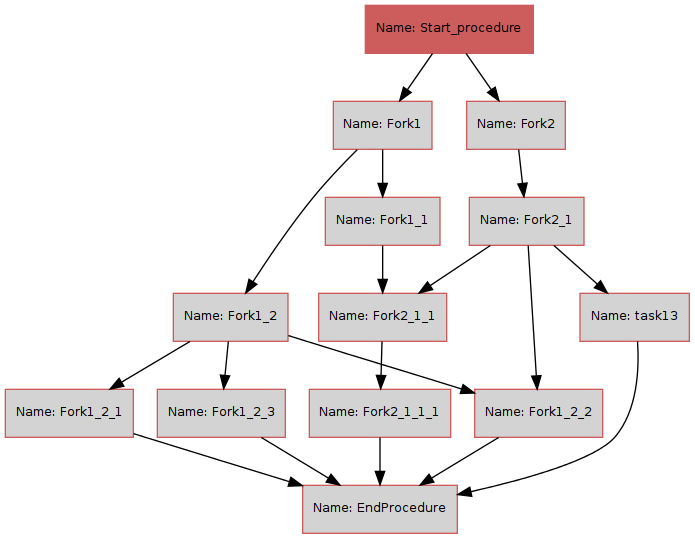
Earlier version of the Graphviz export src/www/bendy.planner-digraph.png (svdasein/thehat). Its source is kept beside it as src/www/bendy.planner-digraph.dot.
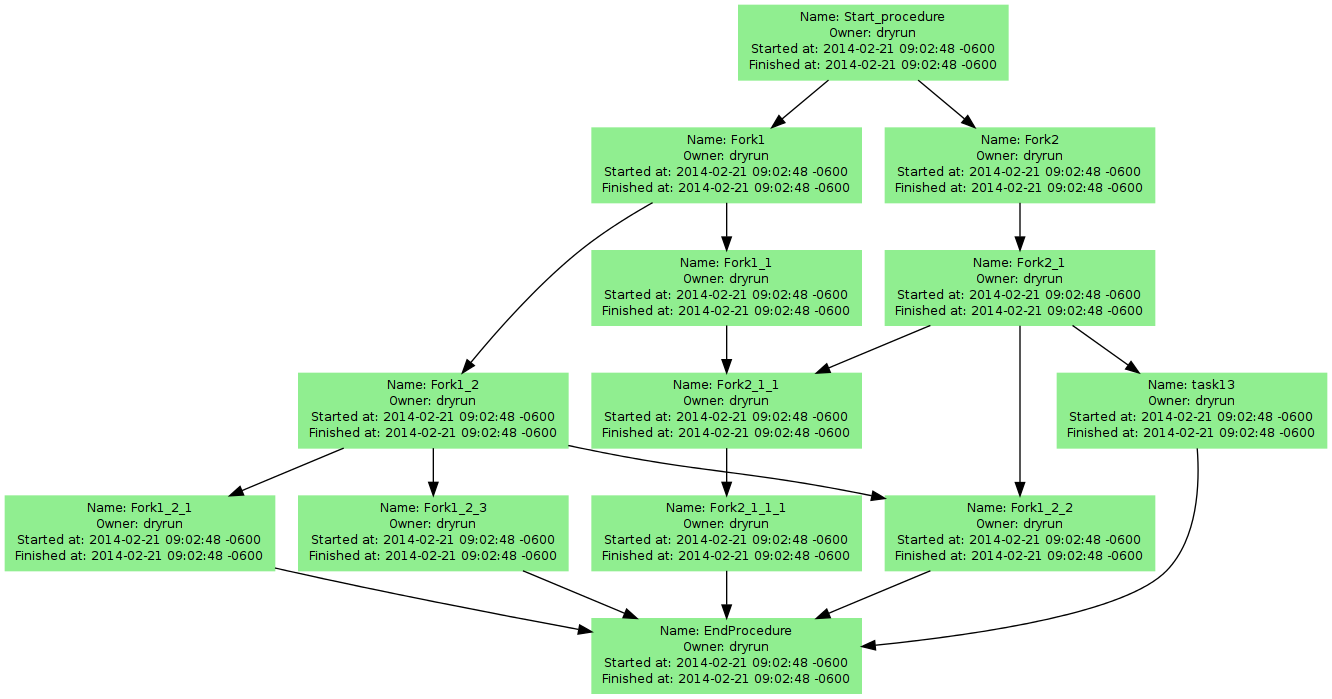
The same diagram one commit later.

Diff of the diagram source:
```diff
@@ -1,89 +1,89 @@
 digraph bendy_planner {
 	Start_procedure [fontsize="9"];
-	Start_procedure [label="Name: Start_procedure\n"];
+	Start_procedure [label="Name: Start_procedure\nOwner: dryrun\nStarted at: 2014-02-21 09:02:48 -0600\nFinished at: 2014-02-21 09:02:48 -0600\n"];
 	Start_procedure [style="filled"];
-	Start_procedure [color="IndianRed"];
-	Start_procedure [fillcolor="IndianRed"];
+	Start_procedure [color="PaleGreen2"];
+	Start_procedure [fillcolor="PaleGreen2"];
 	Fork1 [fontsize="9"];
-	Fork1 [label="Name: Fork1\n"];
+	Fork1 [label="Name: Fork1\nOwner: dryrun\nStarted at: 2014-02-21 09:02:48 -0600\nFinished at: 2014-02-21 09:02:48 -0600\n"];
 	Fork1 [style="filled"];
-	Fork1 [color="IndianRed"];
-	Fork1 [fillcolor="LightGrey"];
+	Fork1 [color="PaleGreen2"];
+	Fork1 [fillcolor="PaleGreen2"];
 	Fork2 [fontsize="9"];
-	Fork2 [label="Name: Fork2\n"];
+	Fork2 [label="Name: Fork2\nOwner: dryrun\nStarted at: 2014-02-21 09:02:48 -0600\nFinished at: 2014-02-21 09:02:48 -0600\n"];
 	Fork2 [style="filled"];
-	Fork2 [color="IndianRed"];
-	Fork2 [fillcolor="LightGrey"];
+	Fork2 [color="PaleGreen2"];
+	Fork2 [fillcolor="PaleGreen2"];
 	Fork1_1 [fontsize="9"];
-	Fork1_1 [label="Name: Fork1_1\n"];
+	Fork1_1 [label="Name: Fork1_1\nOwner: dryrun\nStarted at: 2014-02-21 09:02:48 -0600\nFinished at: 2014-02-21 09:02:48 -0600\n"];
 	Fork1_1 [style="filled"];
 	Fork1_1 [URL="http://google.com"];
 	Fork1_1 [tooltip="Click for details"];
-	Fork1_1 [color="IndianRed"];
-	Fork1_1 [fillcolor="LightGrey"];
+	Fork1_1 [color="PaleGreen2"];
+	Fork1_1 [fillcolor="PaleGreen2"];
 	Fork1_2 [fontsize="9"];
-	Fork1_2 [label="Name: Fork1_2\n"];
+	Fork1_2 [label="Name: Fork1_2\nOwner: dryrun\nStarted at: 2014-02-21 09:02:48 -0600\nFinished at: 2014-02-21 09:02:48 -0600\n"];
 	Fork1_2 [style="filled"];
-	Fork1_2 [color="IndianRed"];
-	Fork1_2 [fillcolor="LightGrey"];
+	Fork1_2 [color="PaleGreen2"];
+	Fork1_2 [fillcolor="PaleGreen2"];
 	Fork1_2_1 [fontsize="9"];
-	Fork1_2_1 [label="Name: Fork1_2_1\n"];
+	Fork1_2_1 [label="Name: Fork1_2_1\nOwner: dryrun\nStarted at: 2014-02-21 09:02:48 -0600\nFinished at: 2014-02-21 09:02:48 -0600\n"];
 	Fork1_2_1 [style="filled"];
-	Fork1_2_1 [color="IndianRed"];
-	Fork1_2_1 [fillcolor="LightGrey"];
+	Fork1_2_1 [color="PaleGreen2"];
+	Fork1_2_1 [fillcolor="PaleGreen2"];
 	Fork1_2_2 [fontsize="9"];
-	Fork1_2_2 [label="Name: Fork1_2_2\n"];
+	Fork1_2_2 [label="Name: Fork1_2_2\nOwner: dryrun\nStarted at: 2014-02-21 09:02:48 -0600\nFinished at: 2014-02-21 09:02:48 -0600\n"];
 	Fork1_2_2 [style="filled"];
-	Fork1_2_2 [color="IndianRed"];
-	Fork1_2_2 [fillcolor="LightGrey"];
+	Fork1_2_2 [color="PaleGreen2"];
+	Fork1_2_2 [fillcolor="PaleGreen2"];
 	Fork1_2_3 [fontsize="9"];
-	Fork1_2_3 [label="Name: Fork1_2_3\n"];
+	Fork1_2_3 [label="Name: Fork1_2_3\nOwner: dryrun\nStarted at: 2014-02-21 09:02:48 -0600\nFinished at: 2014-02-21 09:02:48 -0600\n"];
 	Fork1_2_3 [style="filled"];
-	Fork1_2_3 [color="IndianRed"];
-	Fork1_2_3 [fillcolor="LightGrey"];
+	Fork1_2_3 [color="PaleGreen2"];
+	Fork1_2_3 [fillcolor="PaleGreen2"];
 	Fork2_1 [fontsize="9"];
-	Fork2_1 [label="Name: Fork2_1\n"];
+	Fork2_1 [label="Name: Fork2_1\nOwner: dryrun\nStarted at: 2014-02-21 09:02:48 -0600\nFinished at: 2014-02-21 09:02:48 -0600\n"];
 	Fork2_1 [style="filled"];
 	Fork2_1 [URL="http://yahoo.com"];
 	Fork2_1 [tooltip="Click for details"];
-	Fork2_1 [color="IndianRed"];
-	Fork2_1 [fillcolor="LightGrey"];
+	Fork2_1 [color="PaleGreen2"];
+	Fork2_1 [fillcolor="PaleGreen2"];
 	Fork2_1_1 [fontsize="9"];
-	Fork2_1_1 [label="Name: Fork2_1_1\n"];
+	Fork2_1_1 [label="Name: Fork2_1_1\nOwner: dryrun\nStarted at: 2014-02-21 09:02:48 -0600\nFinished at: 2014-02-21 09:02:48 -0600\n"];
 	Fork2_1_1 [style="filled"];
-	Fork2_1_1 [color="IndianRed"];
-	Fork2_1_1 [fillcolor="LightGrey"];
+	Fork2_1_1 [color="PaleGreen2"];
+	Fork2_1_1 [fillcolor="PaleGreen2"];
 	Fork2_1_1_1 [fontsize="9"];
-	Fork2_1_1_1 [label="Name: Fork2_1_1_1\n"];
+	Fork2_1_1_1 [label="Name: Fork2_1_1_1\nOwner: dryrun\nStarted at: 2014-02-21 09:02:48 -0600\nFinished at: 2014-02-21 09:02:48 -0600\n"];
 	Fork2_1_1_1 [style="filled"];
-	Fork2_1_1_1 [color="IndianRed"];
-	Fork2_1_1_1 [fillcolor="LightGrey"];
+	Fork2_1_1_1 [color="PaleGreen2"];
+	Fork2_1_1_1 [fillcolor="PaleGreen2"];
 	EndProcedure [fontsize="9"];
-	EndProcedure [label="Name: EndProcedure\n"];
+	EndProcedure [label="Name: EndProcedure\nOwner: dryrun\nStarted at: 2014-02-21 09:02:48 -0600\nFinished at: 2014-02-21 09:02:48 -0600\n"];
 	EndProcedure [style="filled"];
-	EndProcedure [color="IndianRed"];
-	EndProcedure [fillcolor="LightGrey"];
+	EndProcedure [color="PaleGreen2"];
+	EndProcedure [fillcolor="PaleGreen2"];
 	task13 [fontsize="9"];
-	task13 [label="Name: task13\n"];
+	task13 [label="Name: task13\nOwner: dryrun\nStarted at: 2014-02-21 09:02:48 -0600\nFinished at: 2014-02-21 09:02:48 -0600\n"];
 	task13 [style="filled"];
-	task13 [color="IndianRed"];
-	task13 [fillcolor="LightGrey"];
+	task13 [color="PaleGreen2"];
+	task13 [fillcolor="PaleGreen2"];
 	Start_procedure -> Fork1;
 	Start_procedure -> Fork2;
 	Fork1 -> Fork1_1;
 	Fork1 -> Fork1_2;
+	Fork2 -> Fork2_1;
+	Fork1_1 -> Fork2_1_1;
 	Fork1_2 -> Fork1_2_1;
-	Fork2_1 -> Fork1_2_2;
 	Fork1_2 -> Fork1_2_2;
 	Fork1_2 -> Fork1_2_3;
-	Fork2 -> Fork2_1;
-	Fork1_1 -> Fork2_1_1;
+	Fork1_2_1 -> EndProcedure;
+	Fork1_2_2 -> EndProcedure;
+	Fork1_2_3 -> EndProcedure;
+	Fork2_1 -> Fork1_2_2;
 	Fork2_1 -> Fork2_1_1;
+	Fork2_1 -> task13;
 	Fork2_1_1 -> Fork2_1_1_1;
+	Fork2_1_1_1 -> EndProcedure;
 	task13 -> EndProcedure;
-	Fork1_2_3 -> EndProcedure;
-	Fork1_2_2 -> EndProcedure;
-	Fork1_2_1 -> EndProcedure;
-	Fork2_1_1_1 -> EndProcedure;
-	Fork2_1 -> task13;
 }
```
